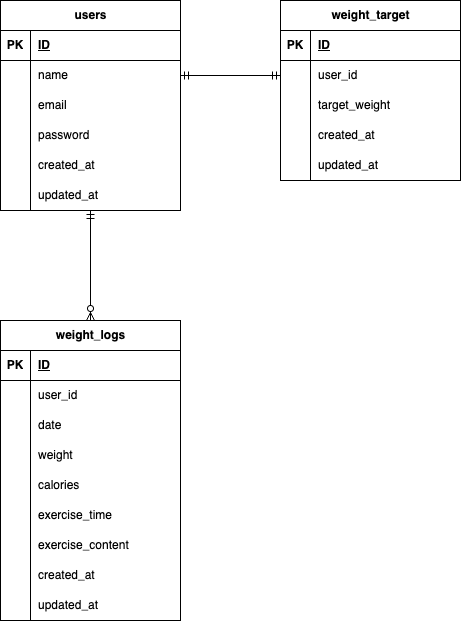
Earlier version of the draw.io export er.drawio.png (TAKAHASHI-Saya/test_pigly). Source tidied: cells renumbered, new cells last; positions are measured from the earlier drawing's top-left corner, leaving out a move shared by most shapes.
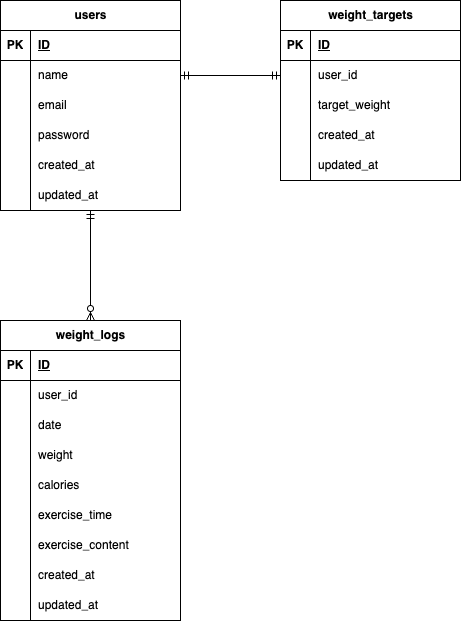
Above is the later version.

Diff of the diagram source:
```diff
@@ -59,7 +59,7 @@
     <mxCell id="20" value="updated_at" style="shape=partialRectangle;fillColor=none;top=0;left=0;bottom=0;right=0;align=left;spacingLeft=6;overflow=hidden;whiteSpace=wrap;html=1;" parent="18" vertex="1">
       <mxGeometry x="30" width="150" height="30" as="geometry" />
     </mxCell>
-    <mxCell id="21" value="weight_target" style="shape=table;startSize=30;rowLines=0;fontStyle=1;align=center;html=1;" parent="1" vertex="1">
+    <mxCell id="21" value="weight_targets" style="shape=table;startSize=30;rowLines=0;fontStyle=1;align=center;html=1;" parent="1" vertex="1">
       <mxGeometry x="280" width="180" height="180" as="geometry" />
     </mxCell>
     <mxCell id="22" style="shape=tableRow;horizontal=0;startSize=0;swimlaneHead=0;swimlaneBody=0;fillColor=none;top=0;left=0;right=0;bottom=1;" parent="21" vertex="1">
```
